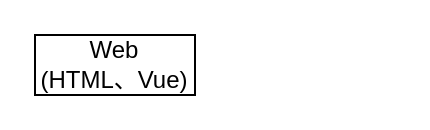
This is sys_struct.drawio from foreignbill/drawio, a draw.io file, before an edit. Source tidied: cells renumbered, new cells numbered last; positions are measured from the earlier drawing's top-left corner, leaving out a move shared by most shapes. Both pictures are drawn from the tidied source at 200%, with x=0, y=0 at pixel (34, 34).
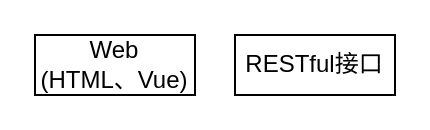
Above is the later version.

Change to the diagram source:
```diff
@@
 <mxGraphModel>
   <root>
     <mxCell id="0" />
     <mxCell id="1" parent="0" />
     <mxCell id="2" value="Web&lt;br&gt;(HTML、Vue)" style="rounded=0;whiteSpace=wrap;html=1;" parent="1" vertex="1">
       <mxGeometry width="80" height="30" as="geometry" />
     </mxCell>
+    <mxCell id="3" value="RESTful接口" style="rounded=0;whiteSpace=wrap;html=1;" parent="1" vertex="1">
+      <mxGeometry x="100" width="80" height="30" as="geometry" />
+    </mxCell>
   </root>
 </mxGraphModel>
```
